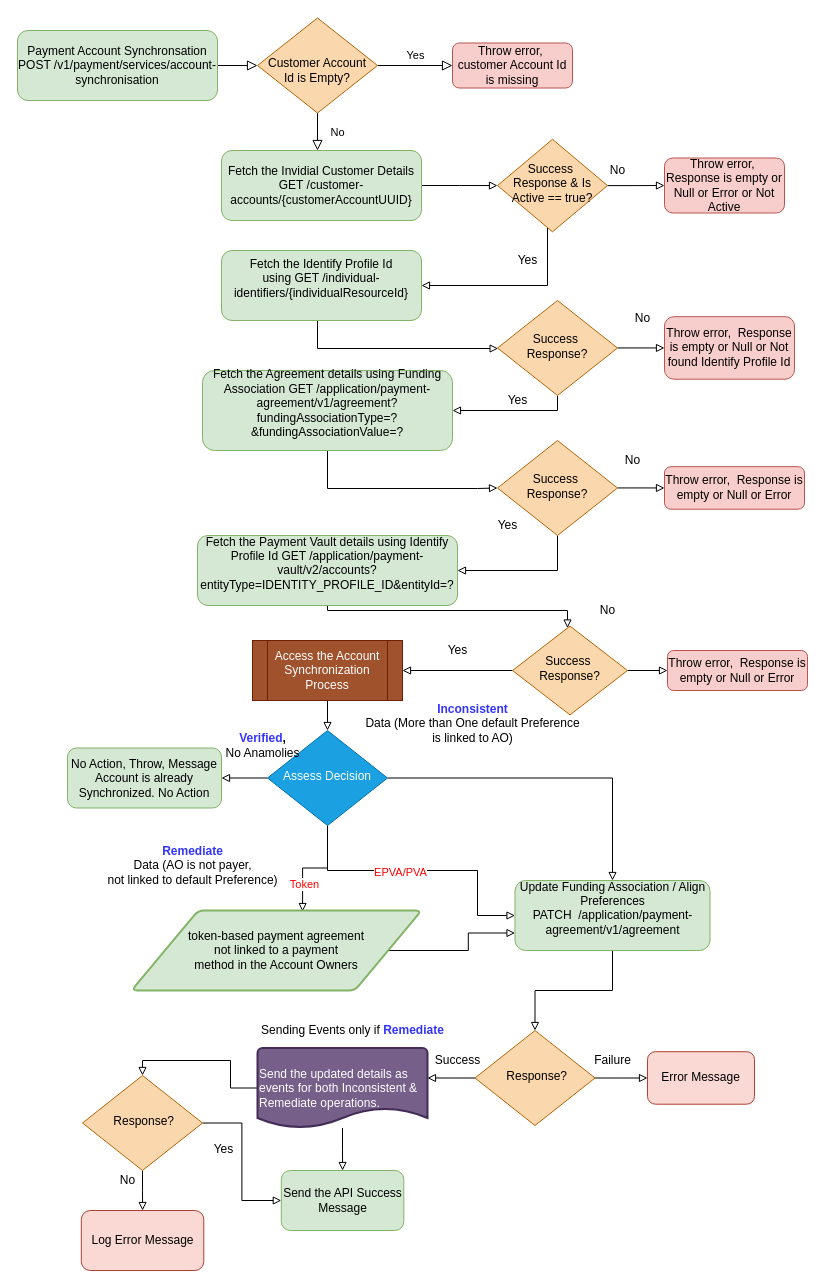
Earlier version of the draw.io diagram paydiagram.drawio (evasanthan/testRestApp). Source tidied: cells renumbered, new cells numbered last; positions are measured from the earlier drawing's top-left corner, leaving out a move shared by most shapes. Both pictures are drawn from the tidied source at 100%, with x=0, y=0 at pixel (17, 18).
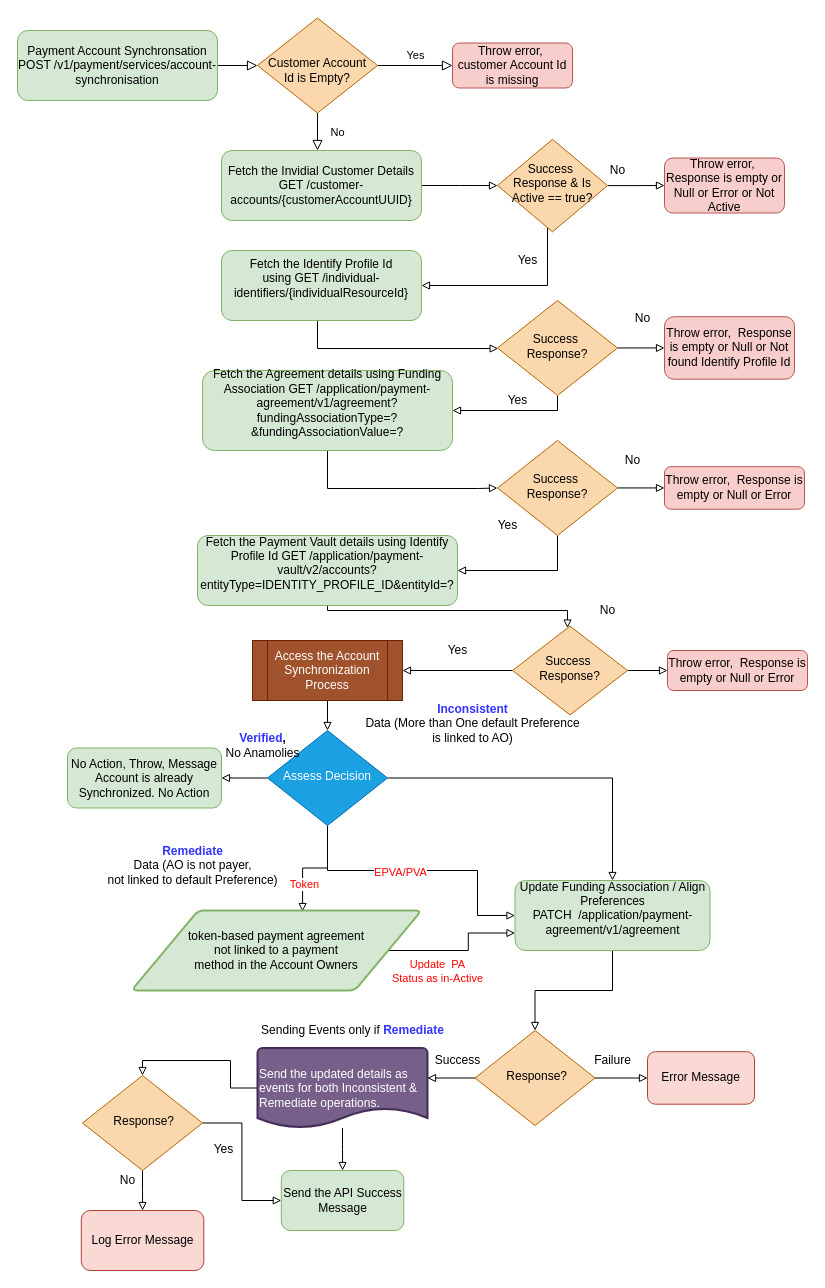
After the change.

Unchanged cells that the change refers to:
```xml
<mxCell id="66" style="edgeStyle=orthogonalEdgeStyle;rounded=0;jettySize=auto;html=1;entryX=0;entryY=0.75;entryDx=0;entryDy=0;endArrow=block;endFill=0;" parent="1" edge="1" source="67" target="47">
  <mxGeometry relative="1" as="geometry" />
</mxCell>
```

What changed in the source:
```diff
@@
+    <mxCell id="74" value="&lt;font color=&quot;#ff0000&quot;&gt;Update&amp;nbsp; PA &lt;br&gt;Status as in-Active&lt;/font&gt;" style="edgeLabel;html=1;align=center;verticalAlign=middle;" parent="66" vertex="1">
+      <mxGeometry x="-0.5" relative="1" as="geometry">
+        <mxPoint x="13" y="20" as="offset" />
+      </mxGeometry>
+    </mxCell>
```
